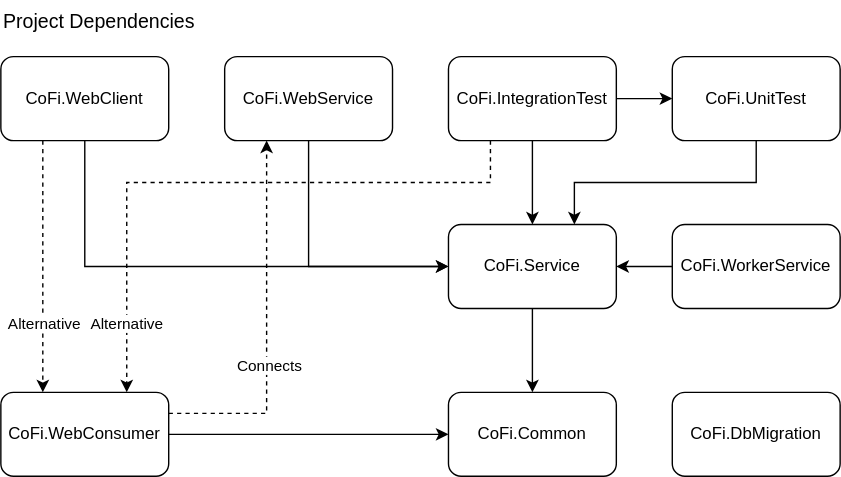
Before: Diagrams/AnaSys/CoFi/CoFi.Project.Dependencies.svg, a diagram exported from draw.io (feifel/notion). Source tidied: cells renumbered, new cells last; positions are measured from the earlier drawing's top-left corner, leaving out a move shared by most shapes.
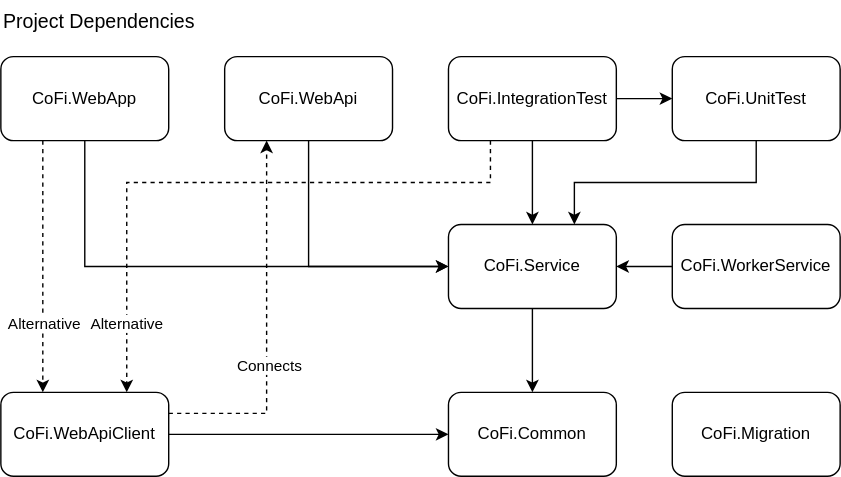
The same diagram one commit later.

The edit, as a diff of the source:
```diff
@@ -22,7 +22,7 @@
         <mxPoint y="41" as="offset" />
       </mxGeometry>
     </mxCell>
-    <mxCell id="8" value="CoFi.WebConsumer" style="rounded=1;whiteSpace=wrap;html=1;" parent="1" vertex="1">
+    <mxCell id="8" value="CoFi.WebApiClient" style="rounded=1;whiteSpace=wrap;html=1;" parent="1" vertex="1">
       <mxGeometry y="280" width="120" height="60" as="geometry" />
     </mxCell>
     <mxCell id="9" style="edgeStyle=orthogonalEdgeStyle;rounded=0;jettySize=auto;html=1;exitX=0;exitY=0.5;exitDx=0;exitDy=0;entryX=1;entryY=0.5;entryDx=0;entryDy=0;" parent="1" edge="1" source="10" target="4">
@@ -39,7 +39,7 @@
         <mxPoint x="220" y="100" as="targetPoint" />
       </mxGeometry>
     </mxCell>
-    <mxCell id="13" value="&lt;div&gt;CoFi.WebService &lt;/div&gt;" style="rounded=1;whiteSpace=wrap;html=1;" parent="1" vertex="1">
+    <mxCell id="13" value="&lt;div&gt;CoFi.WebApi &lt;/div&gt;" style="rounded=1;whiteSpace=wrap;html=1;" parent="1" vertex="1">
       <mxGeometry x="160" y="40" width="120" height="60" as="geometry" />
     </mxCell>
     <mxCell id="14" style="edgeStyle=orthogonalEdgeStyle;rounded=0;jettySize=auto;html=1;exitX=0.5;exitY=1;exitDx=0;exitDy=0;entryX=0.5;entryY=0;entryDx=0;entryDy=0;" parent="1" edge="1" source="18" target="4">
@@ -76,10 +76,10 @@
         <mxPoint y="61" as="offset" />
       </mxGeometry>
     </mxCell>
-    <mxCell id="22" value="CoFi.WebClient" style="rounded=1;whiteSpace=wrap;html=1;" parent="1" vertex="1">
+    <mxCell id="22" value="CoFi.WebApp" style="rounded=1;whiteSpace=wrap;html=1;" parent="1" vertex="1">
       <mxGeometry y="40" width="120" height="60" as="geometry" />
     </mxCell>
-    <mxCell id="23" value="&lt;div&gt;CoFi.DbMigration&lt;/div&gt;" style="rounded=1;whiteSpace=wrap;html=1;" parent="1" vertex="1">
+    <mxCell id="23" value="&lt;div&gt;CoFi.Migration&lt;/div&gt;" style="rounded=1;whiteSpace=wrap;html=1;" parent="1" vertex="1">
       <mxGeometry x="480" y="280" width="120" height="60" as="geometry" />
     </mxCell>
     <mxCell id="24" style="edgeStyle=orthogonalEdgeStyle;rounded=0;jettySize=auto;html=1;exitX=0.5;exitY=1;exitDx=0;exitDy=0;entryX=0.75;entryY=0;entryDx=0;entryDy=0;" parent="1" edge="1" source="25" target="4">
```
